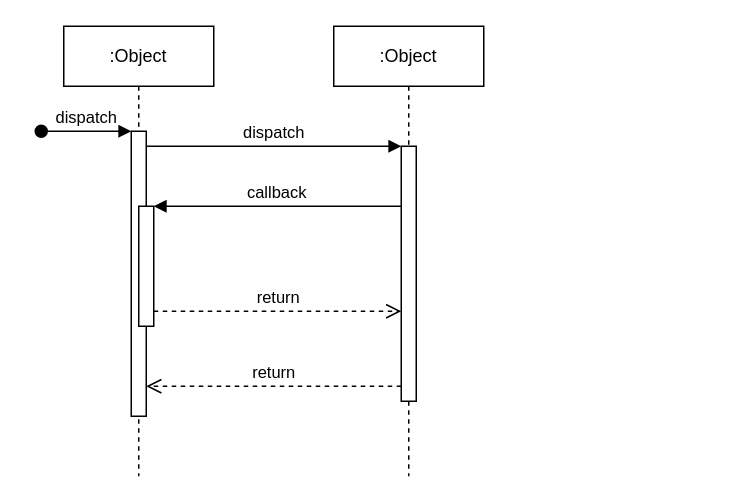
uvic-teach/project-m1-team8 keeps this draw.io diagram as Check_Ed_Status.drawio. Above is the earlier version. Source tidied: cells renumbered, new cells numbered last; positions are measured from the earlier drawing's top-left corner, leaving out a move shared by most shapes. Both pictures are drawn from the tidied source at 150%, with x=0, y=0 at pixel (40, 26).
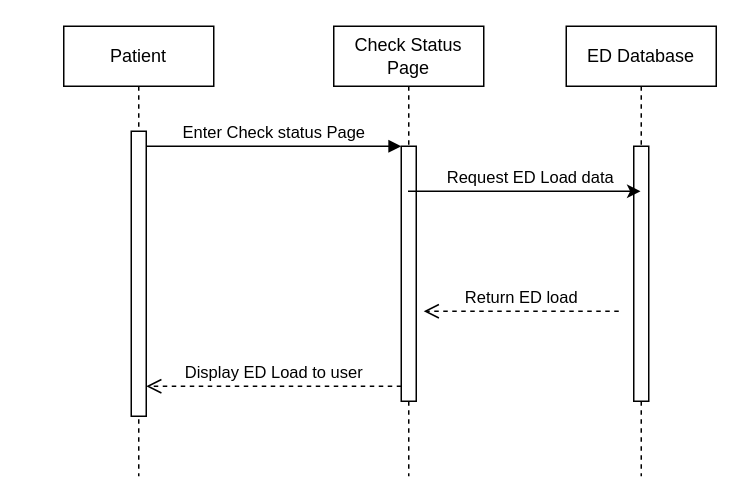
After the change.

Commit message:
finished simple Check_Ed_Status.drawio

The edit, as a diff of the source:
```diff
@@
 <mxGraphModel>
   <root>
     <mxCell id="0" />
     <mxCell id="1" parent="0" />
-    <mxCell id="2" value=":Object" style="shape=umlLifeline;perimeter=lifelinePerimeter;whiteSpace=wrap;html=1;newEdgeStyle={&quot;edgeStyle&quot;:&quot;elbowEdgeStyle&quot;,&quot;elbow&quot;:&quot;vertical&quot;,&quot;curved&quot;:0,&quot;rounded&quot;:0};" parent="1" vertex="1">
+    <mxCell id="2" value="Patient" style="shape=umlLifeline;perimeter=lifelinePerimeter;whiteSpace=wrap;html=1;newEdgeStyle={&quot;edgeStyle&quot;:&quot;elbowEdgeStyle&quot;,&quot;elbow&quot;:&quot;vertical&quot;,&quot;curved&quot;:0,&quot;rounded&quot;:0};" parent="1" vertex="1">
       <mxGeometry x="15" width="100" height="300" as="geometry" />
     </mxCell>
     <mxCell id="3" style="html=1;points=[];perimeter=orthogonalPerimeter;outlineConnect=0;targetShapes=umlLifeline;portConstraint=eastwest;newEdgeStyle={&quot;edgeStyle&quot;:&quot;elbowEdgeStyle&quot;,&quot;elbow&quot;:&quot;vertical&quot;,&quot;curved&quot;:0,&quot;rounded&quot;:0};" parent="2" vertex="1">
       <mxGeometry x="45" y="70" width="10" height="190" as="geometry" />
     </mxCell>
-    <mxCell id="4" value="dispatch" style="html=1;verticalAlign=bottom;startArrow=oval;endArrow=block;startSize=8;edgeStyle=elbowEdgeStyle;elbow=vertical;curved=0;rounded=0;" parent="2" edge="1" target="3">
-      <mxGeometry relative="1" as="geometry">
-        <mxPoint x="-15" y="70" as="sourcePoint" />
-      </mxGeometry>
-    </mxCell>
-    <mxCell id="5" style="html=1;points=[];perimeter=orthogonalPerimeter;outlineConnect=0;targetShapes=umlLifeline;portConstraint=eastwest;newEdgeStyle={&quot;edgeStyle&quot;:&quot;elbowEdgeStyle&quot;,&quot;elbow&quot;:&quot;vertical&quot;,&quot;curved&quot;:0,&quot;rounded&quot;:0};" parent="2" vertex="1">
-      <mxGeometry x="50" y="120" width="10" height="80" as="geometry" />
-    </mxCell>
-    <mxCell id="6" value=":Object" style="shape=umlLifeline;perimeter=lifelinePerimeter;whiteSpace=wrap;html=1;outlineConnect=0;portConstraint=eastwest;newEdgeStyle={&quot;edgeStyle&quot;:&quot;elbowEdgeStyle&quot;,&quot;elbow&quot;:&quot;vertical&quot;,&quot;curved&quot;:0,&quot;rounded&quot;:0};" parent="1" vertex="1">
+    <mxCell id="6" value="Check Status Page" style="shape=umlLifeline;perimeter=lifelinePerimeter;whiteSpace=wrap;html=1;outlineConnect=0;portConstraint=eastwest;newEdgeStyle={&quot;edgeStyle&quot;:&quot;elbowEdgeStyle&quot;,&quot;elbow&quot;:&quot;vertical&quot;,&quot;curved&quot;:0,&quot;rounded&quot;:0};" parent="1" vertex="1">
       <mxGeometry x="195" width="100" height="300" as="geometry" />
     </mxCell>
     <mxCell id="7" style="html=1;points=[];perimeter=orthogonalPerimeter;outlineConnect=0;targetShapes=umlLifeline;portConstraint=eastwest;newEdgeStyle={&quot;edgeStyle&quot;:&quot;elbowEdgeStyle&quot;,&quot;elbow&quot;:&quot;vertical&quot;,&quot;curved&quot;:0,&quot;rounded&quot;:0};" parent="6" vertex="1">
       <mxGeometry x="45" y="80" width="10" height="170" as="geometry" />
     </mxCell>
-    <mxCell id="8" value="dispatch" style="html=1;verticalAlign=bottom;endArrow=block;edgeStyle=elbowEdgeStyle;elbow=vertical;curved=0;rounded=0;" parent="1" edge="1" source="3" target="7">
+    <mxCell id="8" value="Enter Check status Page" style="html=1;verticalAlign=bottom;endArrow=block;edgeStyle=elbowEdgeStyle;elbow=vertical;curved=0;rounded=0;" parent="1" edge="1" source="3" target="7">
       <mxGeometry relative="1" as="geometry">
         <Array as="points">
           <mxPoint x="155" y="80" />
         </Array>
       </mxGeometry>
     </mxCell>
-    <mxCell id="9" value="return" style="html=1;verticalAlign=bottom;endArrow=open;dashed=1;endSize=8;edgeStyle=elbowEdgeStyle;elbow=vertical;curved=0;rounded=0;" parent="1" edge="1" source="7" target="3">
+    <mxCell id="9" value="Display ED Load to user" style="html=1;verticalAlign=bottom;endArrow=open;dashed=1;endSize=8;edgeStyle=elbowEdgeStyle;elbow=vertical;curved=0;rounded=0;" parent="1" edge="1" source="7" target="3">
       <mxGeometry relative="1" as="geometry">
         <Array as="points">
           <mxPoint x="165" y="240" />
         </Array>
       </mxGeometry>
     </mxCell>
-    <mxCell id="10" value="callback" style="html=1;verticalAlign=bottom;endArrow=block;edgeStyle=elbowEdgeStyle;elbow=vertical;curved=0;rounded=0;" parent="1" edge="1" source="7" target="5">
-      <mxGeometry relative="1" as="geometry">
-        <Array as="points">
-          <mxPoint x="165" y="120" />
-        </Array>
-      </mxGeometry>
-    </mxCell>
-    <mxCell id="11" value="return" style="html=1;verticalAlign=bottom;endArrow=open;dashed=1;endSize=8;edgeStyle=elbowEdgeStyle;elbow=vertical;curved=0;rounded=0;" parent="1" edge="1" source="5" target="7">
-      <mxGeometry relative="1" as="geometry">
-        <Array as="points">
-          <mxPoint x="155" y="190" />
-        </Array>
-      </mxGeometry>
-    </mxCell>
+    <mxCell id="12" value="ED Database" style="shape=umlLifeline;perimeter=lifelinePerimeter;whiteSpace=wrap;html=1;outlineConnect=0;portConstraint=eastwest;newEdgeStyle={&quot;edgeStyle&quot;:&quot;elbowEdgeStyle&quot;,&quot;elbow&quot;:&quot;vertical&quot;,&quot;curved&quot;:0,&quot;rounded&quot;:0};" parent="1" vertex="1">
+      <mxGeometry x="350" width="100" height="300" as="geometry" />
+    </mxCell>
+    <mxCell id="13" style="html=1;perimeter=orthogonalPerimeter;targetShapes=umlLifeline;newEdgeStyle={&quot;edgeStyle&quot;:&quot;elbowEdgeStyle&quot;,&quot;elbow&quot;:&quot;vertical&quot;,&quot;curved&quot;:0,&quot;rounded&quot;:0};" parent="12" vertex="1">
+      <mxGeometry x="45" y="80" width="10" height="170" as="geometry" />
+    </mxCell>
+    <mxCell id="14" style="endArrow=classic;html=1;rounded=0;" parent="1" edge="1" source="6" target="12">
+      <mxGeometry relative="1" as="geometry">
+        <Array as="points">
+          <mxPoint x="325" y="110" />
+        </Array>
+      </mxGeometry>
+    </mxCell>
+    <mxCell id="15" value="Request ED Load data" style="edgeLabel;html=1;align=center;verticalAlign=middle;" parent="14" vertex="1">
+      <mxGeometry x="-0.25" y="-1" relative="1" as="geometry">
+        <mxPoint x="23" y="-11" as="offset" />
+      </mxGeometry>
+    </mxCell>
+    <mxCell id="16" value="Return ED load" style="html=1;verticalAlign=bottom;endArrow=open;dashed=1;endSize=8;edgeStyle=elbowEdgeStyle;elbow=vertical;curved=0;rounded=0;" parent="1" edge="1">
+      <mxGeometry relative="1" as="geometry">
+        <mxPoint x="385" y="190" as="sourcePoint" />
+        <mxPoint x="255" y="190" as="targetPoint" />
+        <Array as="points">
+          <mxPoint x="320" y="190" />
+        </Array>
+      </mxGeometry>
+    </mxCell>
   </root>
 </mxGraphModel>
```
